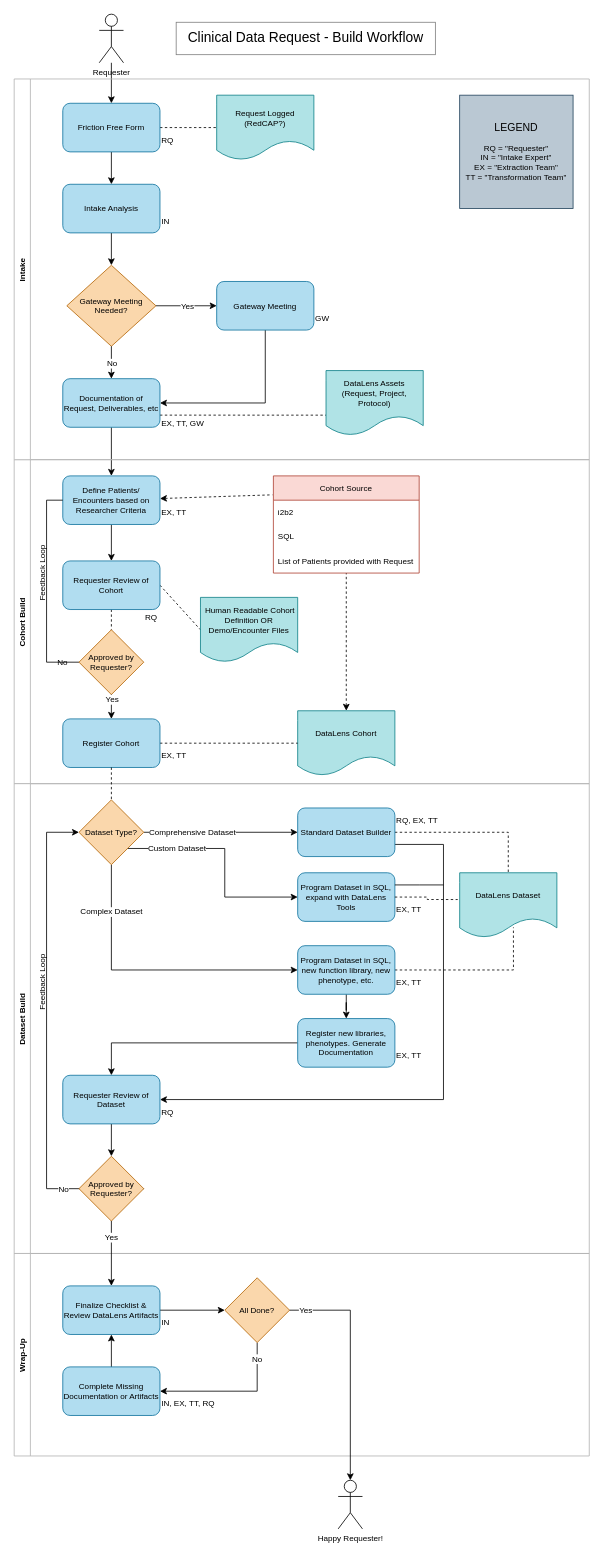
Before: page "Build Workflow" (2 of 7) of Clinical Data Request.drawio in ntimkovich/UAB-II-Diagrams, a draw.io diagram. Source tidied: cells renumbered, new cells numbered last; positions are measured from the earlier drawing's top-left corner, leaving out a move shared by most shapes. Both pictures are drawn from the tidied source at 81%, with x=0, y=0 at pixel (10, 14).
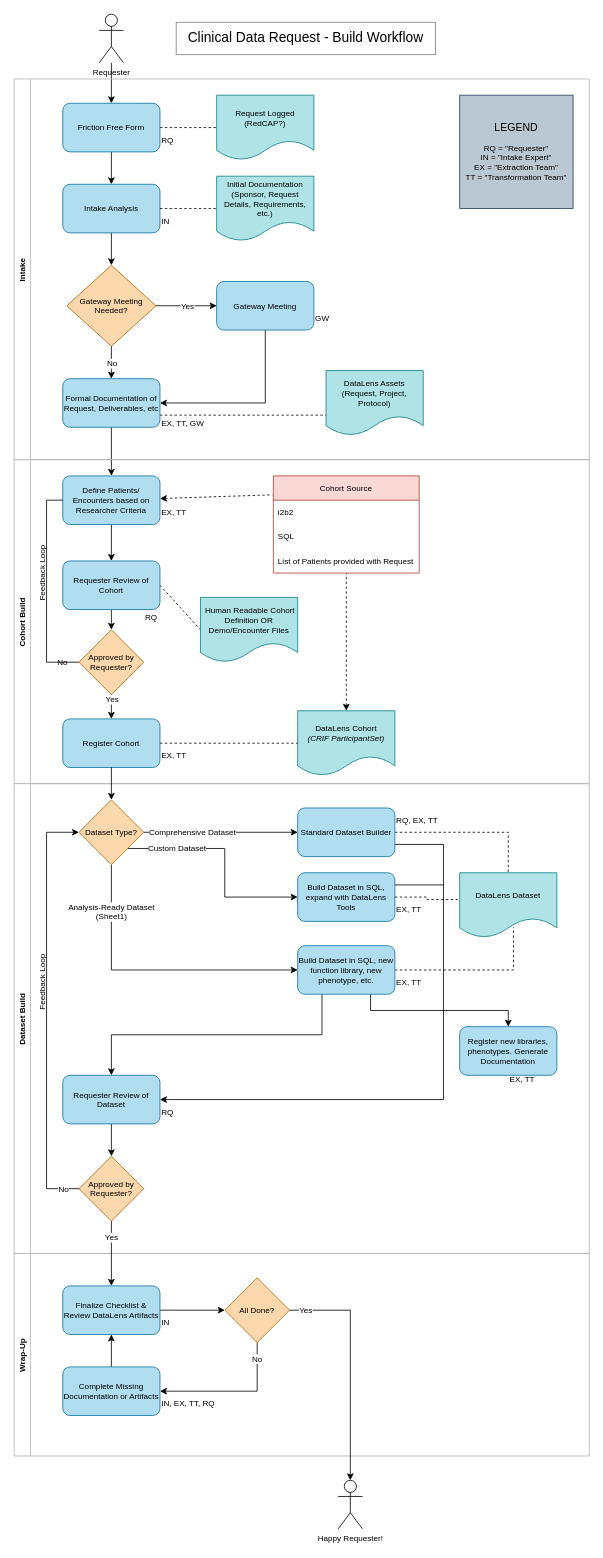
The same diagram, later.

The change refers to these unchanged cells:
```xml
<mxCell id="19" value="Cohort Build" style="swimlane;horizontal=0;fontSize=10;fontColor=#000000;startSize=20;strokeColor=#B3B3B3;" parent="1" vertex="1">
  <mxGeometry x="5" y="550" width="710" height="400" as="geometry" />
</mxCell>
<mxCell id="32" value="Requester Review of Cohort" style="rounded=1;whiteSpace=wrap;html=1;fontSize=10;fillColor=#b1ddf0;strokeColor=#10739e;" parent="19" vertex="1">
  <mxGeometry x="60" y="125" width="120" height="60" as="geometry" />
</mxCell>
<mxCell id="35" value="Approved by Requester?" style="rhombus;whiteSpace=wrap;html=1;fontSize=10;fillColor=#fad7ac;strokeColor=#b46504;" parent="19" vertex="1">
  <mxGeometry x="80" y="210" width="80" height="80" as="geometry" />
</mxCell>
<mxCell id="38" value="Register Cohort" style="rounded=1;whiteSpace=wrap;html=1;fontSize=10;fillColor=#b1ddf0;strokeColor=#10739e;" parent="19" vertex="1">
  <mxGeometry x="60" y="320" width="120" height="60" as="geometry" />
</mxCell>
<mxCell id="44" value="Intake" style="swimlane;horizontal=0;fontSize=10;startSize=20;strokeColor=#B3B3B3;" parent="1" vertex="1">
  <mxGeometry x="5" y="80" width="710" height="470" as="geometry" />
</mxCell>
<mxCell id="45" value="IN" style="text;html=1;strokeColor=none;fillColor=none;align=left;verticalAlign=middle;whiteSpace=wrap;rounded=0;fontSize=10;fontColor=#000000;" parent="44" vertex="1">
  <mxGeometry x="180" y="160" width="60" height="30" as="geometry" />
</mxCell>
<mxCell id="52" value="Dataset Build" style="swimlane;horizontal=0;fontSize=10;fontColor=#000000;startSize=20;strokeColor=#B3B3B3;" parent="1" vertex="1">
  <mxGeometry x="5" y="950" width="710" height="580" as="geometry" />
</mxCell>
<mxCell id="56" value="Dataset Type?" style="rhombus;whiteSpace=wrap;html=1;fontSize=10;fillColor=#fad7ac;strokeColor=#b46504;" parent="52" vertex="1">
  <mxGeometry x="80" y="20" width="80" height="80" as="geometry" />
</mxCell>
<mxCell id="71" value="Requester Review of Dataset" style="rounded=1;whiteSpace=wrap;html=1;fontSize=10;fillColor=#b1ddf0;strokeColor=#10739e;" parent="52" vertex="1">
  <mxGeometry x="60" y="360" width="120" height="60" as="geometry" />
</mxCell>
```

What changed in the source:
```diff
@@
-    <mxCell id="13" value="Documentation of Request, Deliverables, etc" style="rounded=1;whiteSpace=wrap;html=1;fontSize=10;fillColor=#b1ddf0;strokeColor=#10739e;" parent="1" vertex="1">
+    <mxCell id="13" value="Formal Documentation of Request, Deliverables, etc" style="rounded=1;whiteSpace=wrap;html=1;fontSize=10;fillColor=#b1ddf0;strokeColor=#10739e;" parent="1" vertex="1">
       <mxGeometry x="65" y="450" width="120" height="60" as="geometry" />
     </mxCell>
@@
-    <mxCell id="24" value="DataLens Cohort" style="shape=document;whiteSpace=wrap;html=1;boundedLbl=1;fontSize=10;fillColor=#b0e3e6;strokeColor=#0e8088;" parent="19" vertex="1">
+    <mxCell id="24" value="DataLens Cohort&lt;br&gt;&lt;i&gt;(CRIF ParticipantSet)&lt;/i&gt;" style="shape=document;whiteSpace=wrap;html=1;boundedLbl=1;fontSize=10;fillColor=#b0e3e6;strokeColor=#0e8088;" parent="19" vertex="1">
       <mxGeometry x="350" y="310" width="120" height="80" as="geometry" />
     </mxCell>
@@
-    <mxCell id="31" style="edgeStyle=none;rounded=0;jettySize=auto;html=1;dashed=1;fontSize=10;fontColor=#000000;startArrow=none;startFill=0;endArrow=none;endFill=0;" parent="19" edge="1" source="32" target="35">
+    <mxCell id="31" style="edgeStyle=none;rounded=0;jettySize=auto;html=1;fontSize=10;fontColor=#000000;startArrow=none;startFill=0;endArrow=classic;endFill=1;" parent="19" edge="1" source="32" target="35">
       <mxGeometry relative="1" as="geometry" />
     </mxCell>
@@
+    <mxCell id="93" style="edgeStyle=orthogonalEdgeStyle;rounded=0;jettySize=auto;html=1;exitX=0;exitY=0;exitDx=0;exitDy=0;entryX=0;entryY=0.5;entryDx=0;entryDy=0;startArrow=none;startFill=0;endArrow=none;endFill=0;dashed=1;" parent="44" edge="1" source="45" target="94">
+      <mxGeometry relative="1" as="geometry">
+        <Array as="points">
+          <mxPoint x="220" y="160" />
+          <mxPoint x="220" y="160" />
+        </Array>
+      </mxGeometry>
+    </mxCell>
@@
+    <mxCell id="94" value="Initial Documentation&lt;br&gt;(Sponsor, Request Details, Requirements, etc.)" style="shape=document;whiteSpace=wrap;html=1;boundedLbl=1;fontSize=10;fillColor=#b0e3e6;strokeColor=#0e8088;" parent="44" vertex="1">
+      <mxGeometry x="250" y="120" width="120" height="80" as="geometry" />
+    </mxCell>
@@
-    <mxCell id="55" value="Complex Dataset" style="edgeStyle=orthogonalEdgeStyle;rounded=0;jettySize=auto;html=1;exitX=0.5;exitY=1;exitDx=0;exitDy=0;entryX=0;entryY=0.5;entryDx=0;entryDy=0;fontSize=10;fontColor=#000000;startArrow=none;startFill=0;endArrow=classic;endFill=1;" parent="52" edge="1" source="56" target="66">
+    <mxCell id="55" value="Analysis-Ready Dataset&lt;br&gt;(Sheet1)" style="edgeStyle=orthogonalEdgeStyle;rounded=0;jettySize=auto;html=1;exitX=0.5;exitY=1;exitDx=0;exitDy=0;entryX=0;entryY=0.5;entryDx=0;entryDy=0;fontSize=10;fontColor=#000000;startArrow=none;startFill=0;endArrow=classic;endFill=1;" parent="52" edge="1" source="56" target="66">
       <mxGeometry x="-0.68" relative="1" as="geometry" />
     </mxCell>
@@
-    <mxCell id="61" value="Program Dataset in SQL, expand with DataLens Tools" style="rounded=1;whiteSpace=wrap;html=1;fontSize=10;fillColor=#b1ddf0;strokeColor=#10739e;" parent="52" vertex="1">
+    <mxCell id="61" value="Build Dataset in SQL, expand with DataLens Tools" style="rounded=1;whiteSpace=wrap;html=1;fontSize=10;fillColor=#b1ddf0;strokeColor=#10739e;" parent="52" vertex="1">
       <mxGeometry x="350" y="110" width="120" height="60" as="geometry" />
     </mxCell>
@@
-    <mxCell id="65" style="edgeStyle=orthogonalEdgeStyle;rounded=0;jettySize=auto;html=1;fontSize=10;fontColor=#000000;startArrow=none;startFill=0;endArrow=classic;endFill=1;" parent="52" edge="1" source="66" target="69">
+    <mxCell id="65" style="edgeStyle=orthogonalEdgeStyle;rounded=0;jettySize=auto;html=1;fontSize=10;fontColor=#000000;startArrow=none;startFill=0;endArrow=classic;endFill=1;exitX=0.75;exitY=1;exitDx=0;exitDy=0;" parent="52" edge="1" source="66" target="69">
       <mxGeometry relative="1" as="geometry" />
     </mxCell>
+    <mxCell id="95" style="edgeStyle=orthogonalEdgeStyle;rounded=0;jettySize=auto;html=1;exitX=0.25;exitY=1;exitDx=0;exitDy=0;startArrow=none;startFill=0;endArrow=classic;endFill=1;" parent="52" edge="1" source="66" target="71">
+      <mxGeometry relative="1" as="geometry" />
+    </mxCell>
-    <mxCell id="66" value="Program Dataset in SQL, new function library, new phenotype, etc." style="rounded=1;whiteSpace=wrap;html=1;fontSize=10;fillColor=#b1ddf0;strokeColor=#10739e;" parent="52" vertex="1">
+    <mxCell id="66" value="Build Dataset in SQL, new function library, new phenotype, etc." style="rounded=1;whiteSpace=wrap;html=1;fontSize=10;fillColor=#b1ddf0;strokeColor=#10739e;" parent="52" vertex="1">
       <mxGeometry x="350" y="200" width="120" height="60" as="geometry" />
     </mxCell>
@@
-    <mxCell id="68" style="edgeStyle=orthogonalEdgeStyle;rounded=0;jettySize=auto;html=1;exitX=0;exitY=0.5;exitDx=0;exitDy=0;entryX=0.5;entryY=0;entryDx=0;entryDy=0;fontSize=10;fontColor=#000000;startArrow=none;startFill=0;endArrow=classic;endFill=1;" parent="52" edge="1" source="69" target="71">
-      <mxGeometry relative="1" as="geometry" />
-    </mxCell>
     <mxCell id="69" value="Register new libraries, phenotypes. Generate Documentation" style="rounded=1;whiteSpace=wrap;html=1;fontSize=10;fillColor=#b1ddf0;strokeColor=#10739e;" parent="52" vertex="1">
-      <mxGeometry x="350" y="290" width="120" height="60" as="geometry" />
+      <mxGeometry x="550" y="300" width="120" height="60" as="geometry" />
     </mxCell>
@@
     <mxCell id="74" value="EX, TT" style="text;html=1;strokeColor=none;fillColor=none;align=left;verticalAlign=middle;whiteSpace=wrap;rounded=0;fontSize=10;fontColor=#000000;" parent="52" vertex="1">
-      <mxGeometry x="470" y="320" width="60" height="30" as="geometry" />
+      <mxGeometry x="610" y="350" width="60" height="30" as="geometry" />
     </mxCell>
@@
-    <mxCell id="78" style="edgeStyle=orthogonalEdgeStyle;rounded=0;jettySize=auto;html=1;dashed=1;fontSize=10;fontColor=#000000;startArrow=none;startFill=0;endArrow=none;endFill=0;" parent="1" edge="1" source="38" target="56">
+    <mxCell id="78" style="edgeStyle=orthogonalEdgeStyle;rounded=0;jettySize=auto;html=1;fontSize=10;fontColor=#000000;startArrow=none;startFill=0;endArrow=classic;endFill=1;" parent="1" edge="1" source="38" target="56">
       <mxGeometry relative="1" as="geometry" />
     </mxCell>
```
